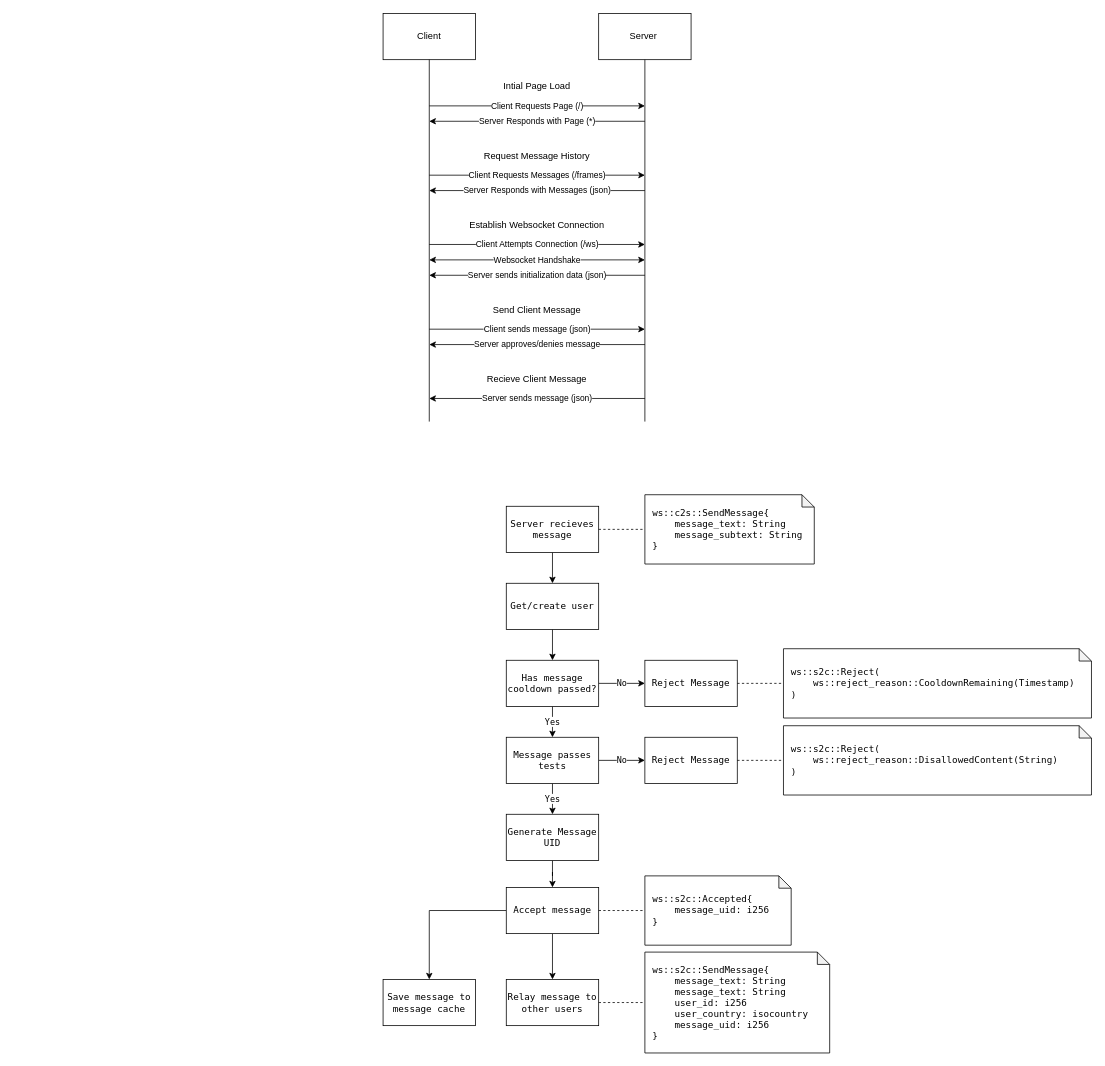
The draw.io diagram bottomtext_architecture.drawio in jokil123/bottomtext, before the edit. Source tidied: cells renumbered, new cells numbered last; positions are measured from the earlier drawing's top-left corner, leaving out a move shared by most shapes. Both pictures are drawn from the tidied source at 77%, with x=0, y=0 at pixel (383, 13).
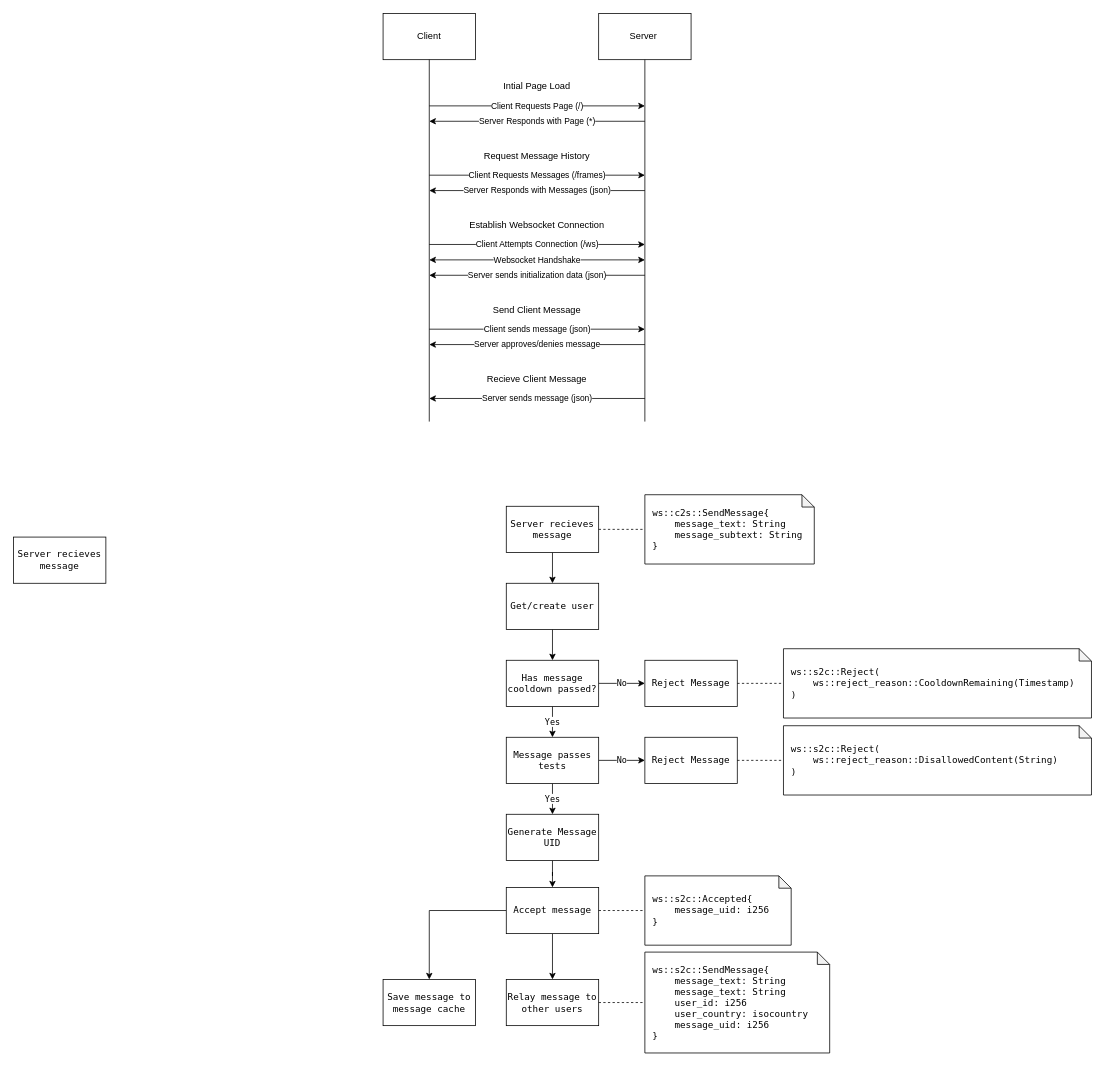
The same page after the edit.

The edit, as a diff of the source:
```diff
@@
+    <mxCell id="50" value="Server recieves message" style="rounded=0;whiteSpace=wrap;html=1;fontFamily=Lucida Console;" parent="1" vertex="1">
+      <mxGeometry x="-480" y="680" width="120" height="60" as="geometry" />
+    </mxCell>
```
